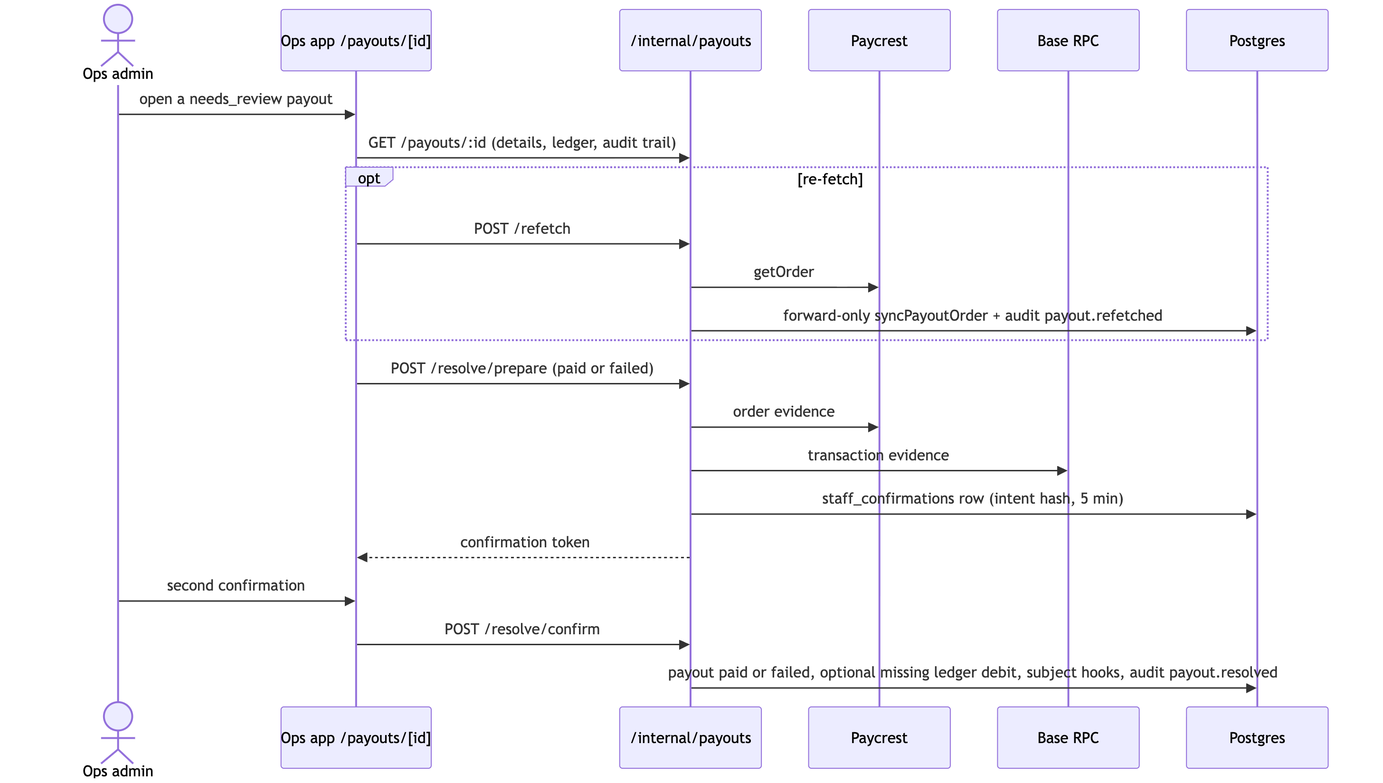
The Mermaid diagram docs/architecture/33-staff-payout-resolution.png in Expendi/Expendi-business, before a commit. Its source is kept beside it as docs/architecture/src/33-staff-payout-resolution.mmd.
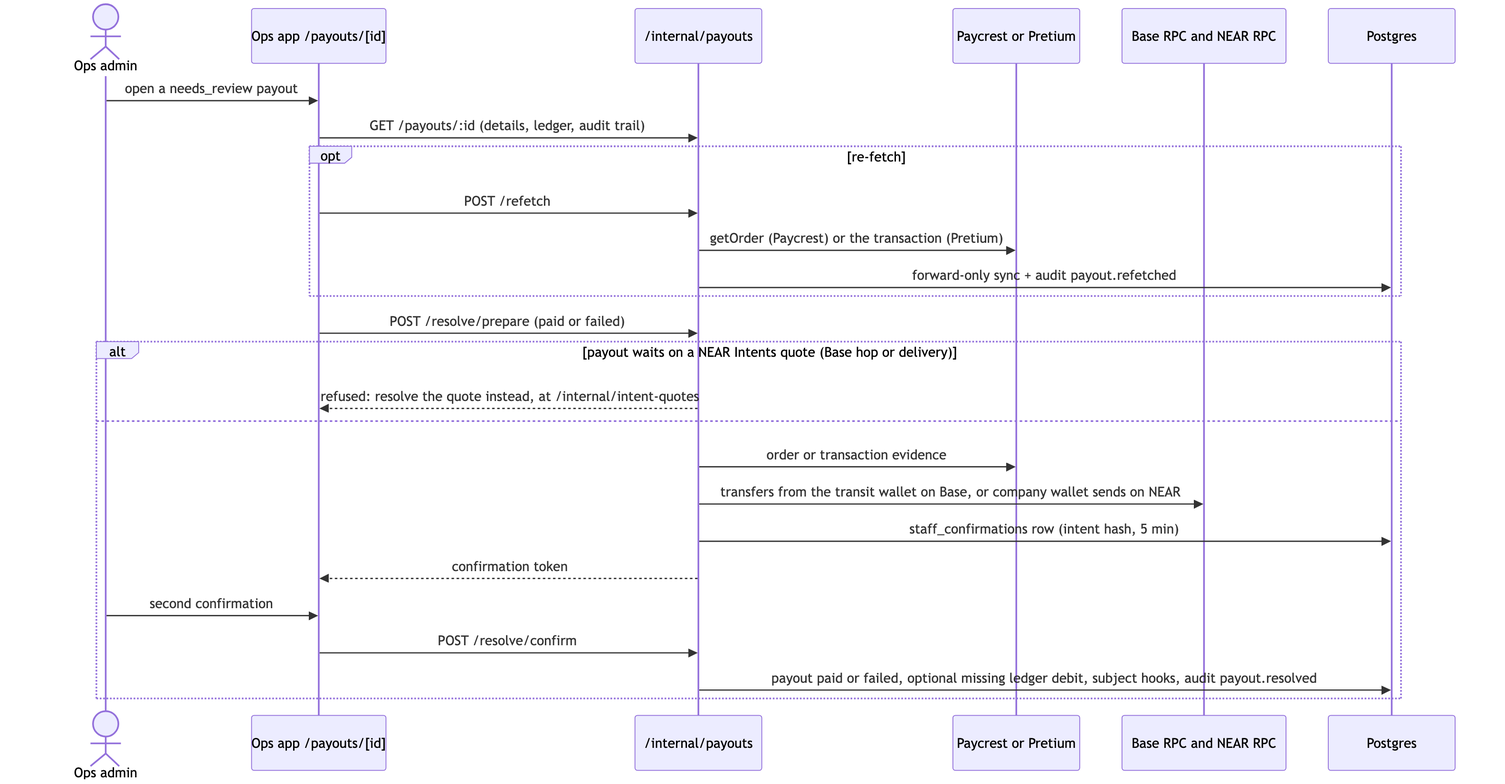
Later version of the same file.

The edit, as a diff of the source:
```diff
@@ -2,22 +2,26 @@
   actor S as Ops admin
   participant UI as Ops app /payouts/[id]
   participant API as /internal/payouts
-  participant PC as Paycrest
-  participant B as Base RPC
+  participant PC as Paycrest or Pretium
+  participant RPC as Base RPC and NEAR RPC
   participant DB as Postgres
 
   S->>UI: open a needs_review payout
   UI->>API: GET /payouts/:id (details, ledger, audit trail)
   opt re-fetch
     UI->>API: POST /refetch
-    API->>PC: getOrder
-    API->>DB: forward-only syncPayoutOrder + audit payout.refetched
+    API->>PC: getOrder (Paycrest) or the transaction (Pretium)
+    API->>DB: forward-only sync + audit payout.refetched
   end
   UI->>API: POST /resolve/prepare (paid or failed)
-  API->>PC: order evidence
-  API->>B: transaction evidence
-  API->>DB: staff_confirmations row (intent hash, 5 min)
-  API-->>UI: confirmation token
-  S->>UI: second confirmation
-  UI->>API: POST /resolve/confirm
-  API->>DB: payout paid or failed, optional missing ledger debit, subject hooks, audit payout.resolved
+  alt payout waits on a NEAR Intents quote (Base hop or delivery)
+    API-->>UI: refused: resolve the quote instead, at /internal/intent-quotes
+  else
+    API->>PC: order or transaction evidence
+    API->>RPC: transfers from the transit wallet on Base, or company wallet sends on NEAR
+    API->>DB: staff_confirmations row (intent hash, 5 min)
+    API-->>UI: confirmation token
+    S->>UI: second confirmation
+    UI->>API: POST /resolve/confirm
+    API->>DB: payout paid or failed, optional missing ledger debit, subject hooks, audit payout.resolved
+  end
```
